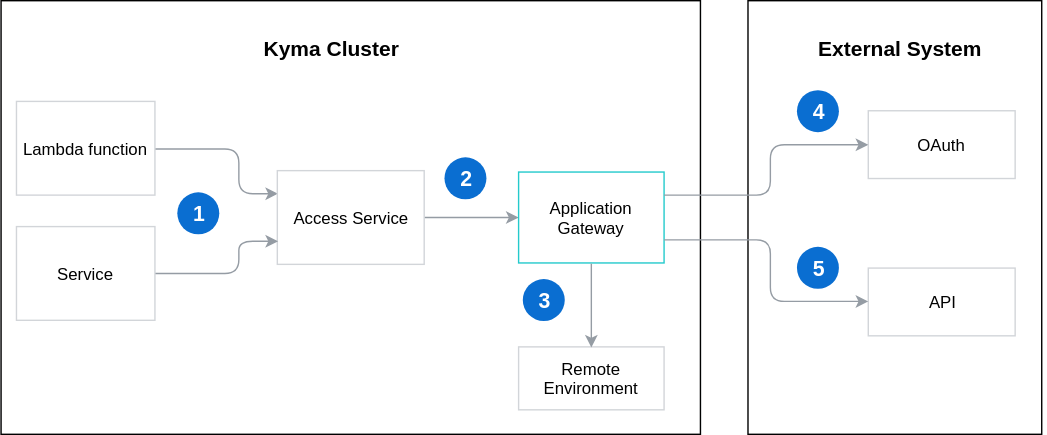
Earlier version of the draw.io export docs/application-connector/docs/assets/003-architecture-proxy-service.svg (kyma-project/kyma). Source tidied: cells renumbered, new cells last; positions are measured from the earlier drawing's top-left corner, leaving out a move shared by most shapes.
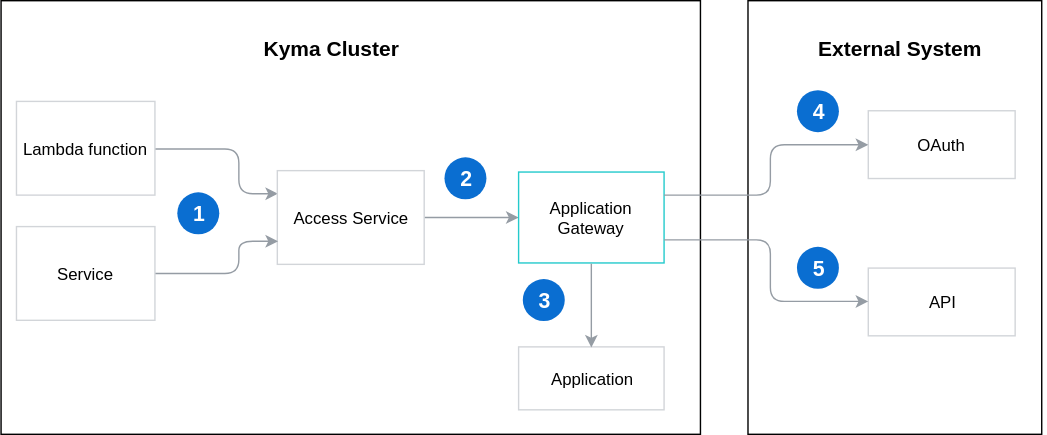
Later version of the same file.

Change to the diagram source:
```diff
@@ -55,7 +55,7 @@
     <mxCell id="17" value="&lt;font style=&quot;font-size: 15px&quot;&gt;&lt;b&gt;Kyma Cluster&lt;/b&gt;&lt;/font&gt;" style="text;html=1;strokeColor=none;fillColor=none;align=center;verticalAlign=middle;whiteSpace=wrap;rounded=0;" parent="10" vertex="1">
       <mxGeometry x="126.3" y="17.2" width="221.1" height="34.4" as="geometry" />
     </mxCell>
-    <mxCell id="18" value="Remote Environment" style="rounded=0;whiteSpace=wrap;html=1;strokeColor=#D2D5D9;" parent="10" vertex="1">
+    <mxCell id="18" value="Application" style="rounded=0;whiteSpace=wrap;html=1;strokeColor=#D2D5D9;" parent="10" vertex="1">
       <mxGeometry x="370" y="247.5" width="104" height="45" as="geometry" />
     </mxCell>
     <mxCell id="19" style="endArrow=classic;html=1;exitX=0.5;exitY=1;entryX=0.5;entryY=0;strokeColor=#959CA4;" parent="10" edge="1" source="16" target="18">
```
